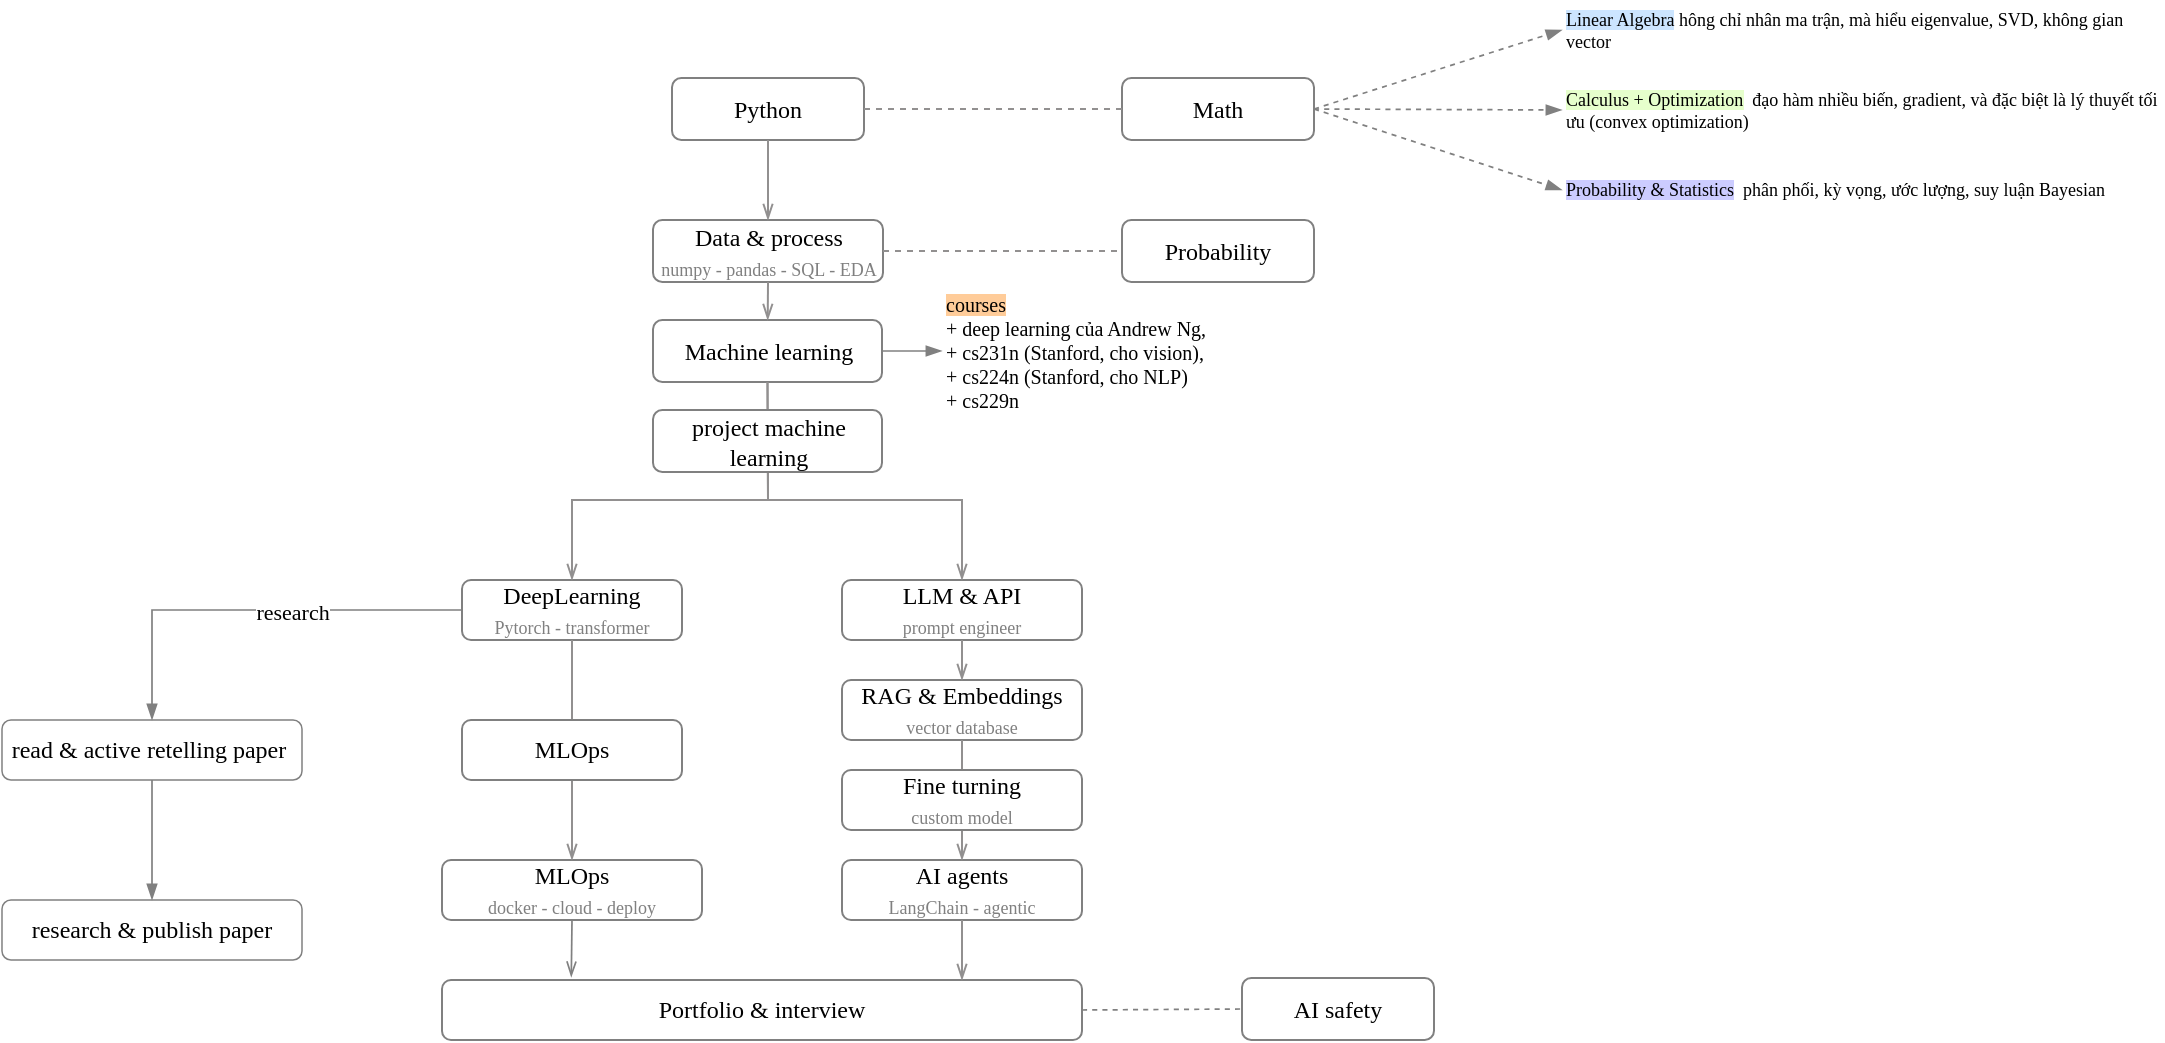
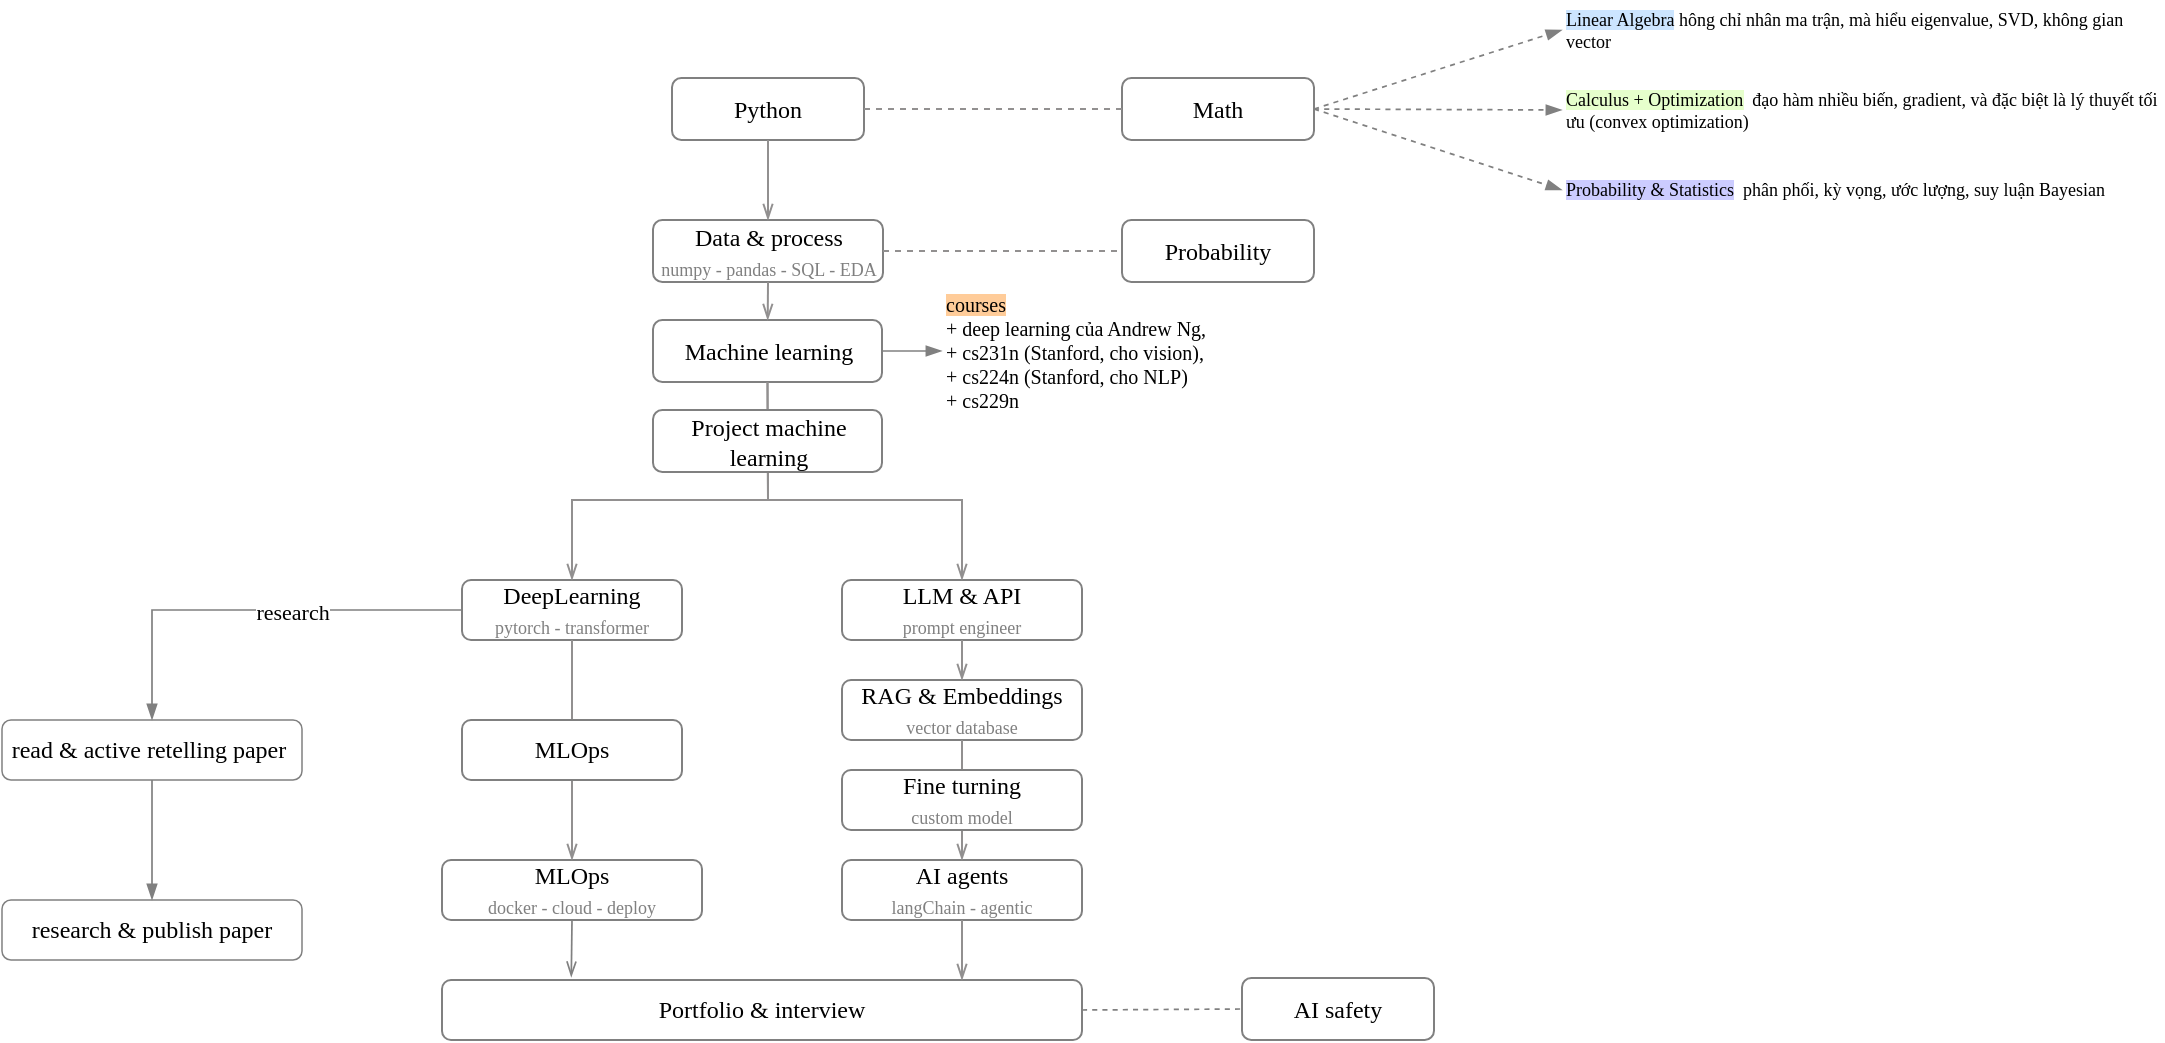
<mxfile host="app.diagrams.net" agent="Mozilla/5.0 (Macintosh; Intel Mac OS X 10_15_7) AppleWebKit/537.36 (KHTML, like Gecko) draw.io/29.3.0 Chrome/140.0.7339.249 Electron/38.7.2 Safari/537.36" pages="4">
  <diagram name="overview" id="cAlCBEzrJN6Ur7Pin5lN">
    <mxGraphModel dx="1976" dy="512" grid="1" gridSize="10" guides="1" tooltips="1" connect="1" arrows="1" fold="1" page="1" pageScale="1" pageWidth="827" pageHeight="1169" math="0" shadow="0">
      <root>
        <mxCell id="0" />
        <mxCell id="1" parent="0" />
        <mxCell id="zTdwEjZ7j_-9_ITJUfBh-1" parent="1" style="rounded=1;whiteSpace=wrap;html=1;fontFamily=Comic Sans MS;strokeColor=#808080;" value="Python" vertex="1">
          <mxGeometry height="31" width="96" x="315" y="489" as="geometry" />
        </mxCell>
        <mxCell id="zTdwEjZ7j_-9_ITJUfBh-2" parent="1" style="rounded=1;whiteSpace=wrap;html=1;fontFamily=Comic Sans MS;strokeColor=#808080;" value="Math" vertex="1">
          <mxGeometry height="31" width="96" x="540" y="489" as="geometry" />
        </mxCell>
        <mxCell id="zTdwEjZ7j_-9_ITJUfBh-4" parent="1" style="rounded=1;whiteSpace=wrap;html=1;fontFamily=Comic Sans MS;strokeColor=#808080;" value="Data &amp;amp; process&lt;div&gt;&lt;font style=&quot;font-size: 9px; color: rgb(128, 128, 128);&quot;&gt;numpy - pandas - SQL - EDA&lt;/font&gt;&lt;/div&gt;" vertex="1">
          <mxGeometry height="31" width="115" x="305.5" y="560" as="geometry" />
        </mxCell>
        <mxCell id="zTdwEjZ7j_-9_ITJUfBh-5" parent="1" style="rounded=1;whiteSpace=wrap;html=1;fontFamily=Comic Sans MS;strokeColor=#808080;" value="Probability" vertex="1">
          <mxGeometry height="31" width="96" x="540" y="560" as="geometry" />
        </mxCell>
        <mxCell id="zTdwEjZ7j_-9_ITJUfBh-6" edge="1" parent="1" source="zTdwEjZ7j_-9_ITJUfBh-4" style="endArrow=none;html=1;rounded=0;endFill=0;strokeColor=light-dark(#929090, #ededed);entryX=0;entryY=0.5;entryDx=0;entryDy=0;exitX=1;exitY=0.5;exitDx=0;exitDy=0;dashed=1;" target="zTdwEjZ7j_-9_ITJUfBh-5" value="">
          <mxGeometry height="50" relative="1" width="50" as="geometry">
            <mxPoint x="350" y="560" as="sourcePoint" />
            <mxPoint x="400" y="510" as="targetPoint" />
          </mxGeometry>
        </mxCell>
        <mxCell id="zTdwEjZ7j_-9_ITJUfBh-7" edge="1" parent="1" source="zTdwEjZ7j_-9_ITJUfBh-1" style="endArrow=none;html=1;rounded=0;endFill=0;strokeColor=light-dark(#929090, #ededed);exitX=1;exitY=0.5;exitDx=0;exitDy=0;entryX=0;entryY=0.5;entryDx=0;entryDy=0;dashed=1;" target="zTdwEjZ7j_-9_ITJUfBh-2" value="">
          <mxGeometry height="50" relative="1" width="50" as="geometry">
            <mxPoint x="350" y="575" as="sourcePoint" />
            <mxPoint x="500" y="525" as="targetPoint" />
          </mxGeometry>
        </mxCell>
        <mxCell id="zTdwEjZ7j_-9_ITJUfBh-8" parent="1" style="rounded=1;whiteSpace=wrap;html=1;fontFamily=Comic Sans MS;strokeColor=#808080;" value="Machine learning" vertex="1">
          <mxGeometry height="31" width="114.5" x="305.5" y="610" as="geometry" />
        </mxCell>
        <mxCell id="zTdwEjZ7j_-9_ITJUfBh-9" edge="1" parent="1" source="zTdwEjZ7j_-9_ITJUfBh-1" style="endArrow=openThin;html=1;rounded=0;endFill=0;strokeColor=light-dark(#929090, #ededed);exitX=0.5;exitY=1;exitDx=0;exitDy=0;" target="zTdwEjZ7j_-9_ITJUfBh-4" value="">
          <mxGeometry height="50" relative="1" width="50" as="geometry">
            <mxPoint x="350" y="560" as="sourcePoint" />
            <mxPoint x="400" y="510" as="targetPoint" />
          </mxGeometry>
        </mxCell>
        <mxCell id="zTdwEjZ7j_-9_ITJUfBh-10" edge="1" parent="1" source="zTdwEjZ7j_-9_ITJUfBh-4" style="endArrow=openThin;html=1;rounded=0;endFill=0;strokeColor=light-dark(#929090, #ededed);exitX=0.5;exitY=1;exitDx=0;exitDy=0;" target="zTdwEjZ7j_-9_ITJUfBh-8" value="">
          <mxGeometry height="50" relative="1" width="50" as="geometry">
            <mxPoint x="350" y="560" as="sourcePoint" />
            <mxPoint x="400" y="510" as="targetPoint" />
          </mxGeometry>
        </mxCell>
-         <mxCell id="zTdwEjZ7j_-9_ITJUfBh-11" parent="1" style="rounded=1;whiteSpace=wrap;html=1;fontFamily=Comic Sans MS;strokeColor=#808080;" value="DeepLearning&lt;br&gt;&lt;font style=&quot;font-size: 9px; color: rgb(128, 128, 128);&quot;&gt;Pytorch - transformer&lt;/font&gt;" vertex="1">
+         <mxCell id="zTdwEjZ7j_-9_ITJUfBh-11" parent="1" style="rounded=1;whiteSpace=wrap;html=1;fontFamily=Comic Sans MS;strokeColor=#808080;" value="DeepLearning&lt;br&gt;&lt;font style=&quot;font-size: 9px; color: rgb(128, 128, 128);&quot;&gt;pytorch - transformer&lt;/font&gt;" vertex="1">
          <mxGeometry height="30" width="110" x="210" y="740" as="geometry" />
        </mxCell>
        <mxCell id="zTdwEjZ7j_-9_ITJUfBh-12" parent="1" style="rounded=1;whiteSpace=wrap;html=1;fontFamily=Comic Sans MS;strokeColor=#808080;" value="LLM &amp;amp; API&lt;br&gt;&lt;font style=&quot;font-size: 9px; color: rgb(128, 128, 128);&quot;&gt;prompt engineer&lt;/font&gt;" vertex="1">
          <mxGeometry height="30" width="120" x="400" y="740" as="geometry" />
        </mxCell>
        <mxCell id="zTdwEjZ7j_-9_ITJUfBh-13" parent="1" style="rounded=1;whiteSpace=wrap;html=1;fontFamily=Comic Sans MS;strokeColor=#808080;" value="RAG &amp;amp; Embeddings&lt;div&gt;&lt;font style=&quot;font-size: 9px; color: rgb(128, 128, 128);&quot;&gt;vector database&lt;/font&gt;&lt;/div&gt;" vertex="1">
          <mxGeometry height="30" width="120" x="400" y="790" as="geometry" />
        </mxCell>
        <mxCell id="zTdwEjZ7j_-9_ITJUfBh-14" parent="1" style="rounded=1;whiteSpace=wrap;html=1;fontFamily=Comic Sans MS;strokeColor=#808080;" value="MLOps&lt;div&gt;&lt;font style=&quot;font-size: 9px; color: rgb(128, 128, 128);&quot;&gt;docker - cloud - deploy&lt;/font&gt;&lt;/div&gt;" vertex="1">
          <mxGeometry height="30" width="130" x="200" y="880" as="geometry" />
        </mxCell>
        <mxCell id="zTdwEjZ7j_-9_ITJUfBh-15" parent="1" style="rounded=1;whiteSpace=wrap;html=1;fontFamily=Comic Sans MS;strokeColor=#808080;" value="Portfolio &amp;amp; interview" vertex="1">
          <mxGeometry height="30" width="320" x="200" y="940" as="geometry" />
        </mxCell>
-         <mxCell id="zTdwEjZ7j_-9_ITJUfBh-16" parent="1" style="rounded=1;whiteSpace=wrap;html=1;fontFamily=Comic Sans MS;strokeColor=#808080;" value="AI agents&lt;br&gt;&lt;font style=&quot;font-size: 9px; color: rgb(128, 128, 128);&quot;&gt;LangChain - agentic&lt;/font&gt;" vertex="1">
+         <mxCell id="zTdwEjZ7j_-9_ITJUfBh-16" parent="1" style="rounded=1;whiteSpace=wrap;html=1;fontFamily=Comic Sans MS;strokeColor=#808080;" value="AI agents&lt;br&gt;&lt;font style=&quot;font-size: 9px; color: rgb(128, 128, 128);&quot;&gt;langChain - agentic&lt;/font&gt;" vertex="1">
          <mxGeometry height="30" width="120" x="400" y="880" as="geometry" />
        </mxCell>
        <mxCell id="zTdwEjZ7j_-9_ITJUfBh-17" edge="1" parent="1" source="zTdwEjZ7j_-9_ITJUfBh-8" style="endArrow=openThin;html=1;rounded=0;endFill=0;strokeColor=light-dark(#929090, #ededed);entryX=0.5;entryY=0;entryDx=0;entryDy=0;exitX=0.5;exitY=1;exitDx=0;exitDy=0;" target="zTdwEjZ7j_-9_ITJUfBh-12" value="">
          <mxGeometry height="50" relative="1" width="50" as="geometry">
            <Array as="points">
              <mxPoint x="363" y="700" />
              <mxPoint x="460" y="700" />
            </Array>
            <mxPoint x="300" y="780" as="sourcePoint" />
            <mxPoint x="350" y="730" as="targetPoint" />
          </mxGeometry>
        </mxCell>
        <mxCell id="zTdwEjZ7j_-9_ITJUfBh-18" edge="1" parent="1" source="zTdwEjZ7j_-9_ITJUfBh-8" style="endArrow=openThin;html=1;rounded=0;endFill=0;strokeColor=light-dark(#929090, #ededed);exitX=0.5;exitY=1;exitDx=0;exitDy=0;entryX=0.5;entryY=0;entryDx=0;entryDy=0;" target="zTdwEjZ7j_-9_ITJUfBh-11" value="">
          <mxGeometry height="50" relative="1" width="50" as="geometry">
            <Array as="points">
              <mxPoint x="363" y="700" />
              <mxPoint x="265" y="700" />
            </Array>
            <mxPoint x="300" y="780" as="sourcePoint" />
            <mxPoint x="350" y="730" as="targetPoint" />
          </mxGeometry>
        </mxCell>
        <mxCell id="zTdwEjZ7j_-9_ITJUfBh-19" edge="1" parent="1" source="zTdwEjZ7j_-9_ITJUfBh-11" style="endArrow=openThin;html=1;rounded=0;endFill=0;strokeColor=light-dark(#929090, #ededed);exitX=0.5;exitY=1;exitDx=0;exitDy=0;" target="zTdwEjZ7j_-9_ITJUfBh-14" value="">
          <mxGeometry height="50" relative="1" width="50" as="geometry">
            <mxPoint x="290" y="800" as="sourcePoint" />
            <mxPoint x="340" y="750" as="targetPoint" />
          </mxGeometry>
        </mxCell>
        <mxCell id="zTdwEjZ7j_-9_ITJUfBh-21" edge="1" parent="1" source="zTdwEjZ7j_-9_ITJUfBh-12" style="endArrow=openThin;html=1;rounded=0;endFill=0;strokeColor=light-dark(#929090, #ededed);exitX=0.5;exitY=1;exitDx=0;exitDy=0;entryX=0.5;entryY=0;entryDx=0;entryDy=0;" target="zTdwEjZ7j_-9_ITJUfBh-13" value="">
          <mxGeometry height="50" relative="1" width="50" as="geometry">
            <mxPoint x="290" y="800" as="sourcePoint" />
            <mxPoint x="340" y="750" as="targetPoint" />
          </mxGeometry>
        </mxCell>
        <mxCell id="zTdwEjZ7j_-9_ITJUfBh-22" edge="1" parent="1" source="zTdwEjZ7j_-9_ITJUfBh-13" style="endArrow=openThin;html=1;rounded=0;endFill=0;strokeColor=light-dark(#929090, #ededed);exitX=0.5;exitY=1;exitDx=0;exitDy=0;entryX=0.5;entryY=0;entryDx=0;entryDy=0;" target="zTdwEjZ7j_-9_ITJUfBh-16" value="">
          <mxGeometry height="50" relative="1" width="50" as="geometry">
            <mxPoint x="290" y="800" as="sourcePoint" />
            <mxPoint x="340" y="750" as="targetPoint" />
          </mxGeometry>
        </mxCell>
        <mxCell id="zTdwEjZ7j_-9_ITJUfBh-23" edge="1" parent="1" source="zTdwEjZ7j_-9_ITJUfBh-16" style="endArrow=openThin;html=1;rounded=0;endFill=0;strokeColor=light-dark(#929090, #ededed);exitX=0.5;exitY=1;exitDx=0;exitDy=0;" value="">
          <mxGeometry height="50" relative="1" width="50" as="geometry">
            <mxPoint x="290" y="800" as="sourcePoint" />
            <mxPoint x="460" y="940" as="targetPoint" />
          </mxGeometry>
        </mxCell>
-         <mxCell id="RL8-EkVr3OvldoPUYXMJ-1" parent="1" style="rounded=1;whiteSpace=wrap;html=1;fontFamily=Comic Sans MS;strokeColor=#808080;" value="project machine learning" vertex="1">
+         <mxCell id="RL8-EkVr3OvldoPUYXMJ-1" parent="1" style="rounded=1;whiteSpace=wrap;html=1;fontFamily=Comic Sans MS;strokeColor=#808080;" value="Project machine learning" vertex="1">
          <mxGeometry height="31" width="114.5" x="305.5" y="655" as="geometry" />
        </mxCell>
        <mxCell id="RL8-EkVr3OvldoPUYXMJ-3" parent="1" style="rounded=1;whiteSpace=wrap;html=1;fontFamily=Comic Sans MS;strokeColor=#808080;" value="MLOps" vertex="1">
          <mxGeometry height="30" width="110" x="210" y="810" as="geometry" />
        </mxCell>
        <mxCell id="RL8-EkVr3OvldoPUYXMJ-4" edge="1" parent="1" source="zTdwEjZ7j_-9_ITJUfBh-14" style="endArrow=openThin;html=1;rounded=0;strokeColor=#808080;endFill=0;strokeWidth=0.85;exitX=0.5;exitY=1;exitDx=0;exitDy=0;entryX=0.202;entryY=-0.05;entryDx=0;entryDy=0;entryPerimeter=0;" target="zTdwEjZ7j_-9_ITJUfBh-15" value="">
          <mxGeometry height="50" relative="1" width="50" as="geometry">
            <mxPoint x="390" y="820" as="sourcePoint" />
            <mxPoint x="440" y="770" as="targetPoint" />
          </mxGeometry>
        </mxCell>
        <mxCell id="RL8-EkVr3OvldoPUYXMJ-5" parent="1" style="rounded=1;whiteSpace=wrap;html=1;fontFamily=Comic Sans MS;strokeColor=#808080;" value="Fine turning&lt;div&gt;&lt;font style=&quot;font-size: 9px; color: rgb(128, 128, 128);&quot;&gt;custom model&lt;/font&gt;&lt;/div&gt;" vertex="1">
          <mxGeometry height="30" width="120" x="400" y="835" as="geometry" />
        </mxCell>
        <mxCell id="RL8-EkVr3OvldoPUYXMJ-6" parent="1" style="rounded=1;whiteSpace=wrap;html=1;fontFamily=Comic Sans MS;strokeColor=#808080;" value="AI safety" vertex="1">
          <mxGeometry height="31" width="96" x="600" y="939" as="geometry" />
        </mxCell>
        <mxCell id="RL8-EkVr3OvldoPUYXMJ-7" edge="1" parent="1" source="zTdwEjZ7j_-9_ITJUfBh-15" style="endArrow=none;html=1;rounded=0;strokeColor=#808080;endFill=0;strokeWidth=0.85;exitX=1;exitY=0.5;exitDx=0;exitDy=0;entryX=0;entryY=0.5;entryDx=0;entryDy=0;dashed=1;" target="RL8-EkVr3OvldoPUYXMJ-6" value="">
          <mxGeometry height="50" relative="1" width="50" as="geometry">
            <mxPoint x="390" y="880" as="sourcePoint" />
            <mxPoint x="440" y="830" as="targetPoint" />
          </mxGeometry>
        </mxCell>
        <mxCell id="RL8-EkVr3OvldoPUYXMJ-9" parent="1" style="text;html=1;whiteSpace=wrap;strokeColor=none;fillColor=none;align=left;verticalAlign=middle;rounded=0;fontFamily=Comic Sans MS;fontSize=9;" value="&lt;span style=&quot;background-color: rgb(204, 229, 255);&quot;&gt;Linear Algebra&lt;/span&gt;&lt;span&gt;&amp;nbsp;hông chỉ nhân ma trận, mà hiểu eigenvalue, SVD, không gian vector&lt;/span&gt;" vertex="1">
          <mxGeometry height="30" width="300" x="760" y="450" as="geometry" />
        </mxCell>
        <mxCell id="RL8-EkVr3OvldoPUYXMJ-10" parent="1" style="text;html=1;whiteSpace=wrap;strokeColor=none;fillColor=none;align=left;verticalAlign=middle;rounded=0;fontFamily=Comic Sans MS;fontSize=9;strokeWidth=2;" value="&lt;span style=&quot;background-color: rgb(230, 255, 204);&quot;&gt;Calculus +&amp;nbsp;Optimization&lt;/span&gt;&lt;span&gt;&amp;nbsp;&amp;nbsp;đạo hàm nhiều biến, gradient, và đặc biệt là lý thuyết tối ưu (convex optimization)&lt;/span&gt;" vertex="1">
          <mxGeometry height="30" width="300" x="760" y="490" as="geometry" />
        </mxCell>
        <mxCell id="RL8-EkVr3OvldoPUYXMJ-11" parent="1" style="text;html=1;whiteSpace=wrap;strokeColor=none;fillColor=none;align=left;verticalAlign=middle;rounded=0;fontFamily=Comic Sans MS;fontSize=9;" value="&lt;span style=&quot;background-color: rgb(204, 204, 255);&quot;&gt;Probability &amp;amp;&amp;nbsp;Statistics&lt;/span&gt;&lt;span&gt;&amp;nbsp;&amp;nbsp;phân phối, kỳ vọng, ước lượng, suy luận Bayesian&lt;/span&gt;" vertex="1">
          <mxGeometry height="30" width="300" x="760" y="530" as="geometry" />
        </mxCell>
        <mxCell id="RL8-EkVr3OvldoPUYXMJ-12" edge="1" parent="1" source="zTdwEjZ7j_-9_ITJUfBh-2" style="endArrow=blockThin;html=1;rounded=0;strokeColor=#808080;endFill=1;strokeWidth=0.85;entryX=0;entryY=0.5;entryDx=0;entryDy=0;exitX=1;exitY=0.5;exitDx=0;exitDy=0;dashed=1;" target="RL8-EkVr3OvldoPUYXMJ-9" value="">
          <mxGeometry height="50" relative="1" width="50" as="geometry">
            <mxPoint x="560" y="500" as="sourcePoint" />
            <mxPoint x="610" y="450" as="targetPoint" />
          </mxGeometry>
        </mxCell>
        <mxCell id="RL8-EkVr3OvldoPUYXMJ-13" edge="1" parent="1" source="zTdwEjZ7j_-9_ITJUfBh-2" style="endArrow=blockThin;html=1;rounded=0;strokeColor=#808080;endFill=1;strokeWidth=0.85;entryX=0;entryY=0.5;entryDx=0;entryDy=0;exitX=1;exitY=0.5;exitDx=0;exitDy=0;dashed=1;" target="RL8-EkVr3OvldoPUYXMJ-10" value="">
          <mxGeometry height="50" relative="1" width="50" as="geometry">
            <mxPoint x="560" y="500" as="sourcePoint" />
            <mxPoint x="610" y="450" as="targetPoint" />
          </mxGeometry>
        </mxCell>
        <mxCell id="RL8-EkVr3OvldoPUYXMJ-14" edge="1" parent="1" source="zTdwEjZ7j_-9_ITJUfBh-2" style="endArrow=blockThin;html=1;rounded=0;strokeColor=#808080;endFill=1;strokeWidth=0.85;exitX=1;exitY=0.5;exitDx=0;exitDy=0;entryX=0;entryY=0.5;entryDx=0;entryDy=0;dashed=1;" target="RL8-EkVr3OvldoPUYXMJ-11" value="">
          <mxGeometry height="50" relative="1" width="50" as="geometry">
            <mxPoint x="560" y="500" as="sourcePoint" />
            <mxPoint x="610" y="450" as="targetPoint" />
          </mxGeometry>
        </mxCell>
        <mxCell id="RL8-EkVr3OvldoPUYXMJ-15" parent="1" style="text;html=1;whiteSpace=wrap;strokeColor=none;fillColor=none;align=left;verticalAlign=middle;rounded=0;fontFamily=Comic Sans MS;fontSize=10;" value="&lt;div&gt;&lt;span style=&quot;background-color: rgb(255, 204, 153);&quot;&gt;courses&lt;/span&gt;&lt;/div&gt;+ deep learning của Andrew Ng,&amp;nbsp;&lt;div&gt;+ cs231n (Stanford, cho vision),&amp;nbsp;&lt;/div&gt;&lt;div&gt;+ cs224n (Stanford, cho NLP)&lt;br&gt;+ cs229n&lt;/div&gt;" vertex="1">
          <mxGeometry height="60" width="170" x="450" y="595.5" as="geometry" />
        </mxCell>
        <mxCell id="RL8-EkVr3OvldoPUYXMJ-16" parent="1" style="rounded=1;whiteSpace=wrap;html=1;strokeColor=#808080;fontFamily=Comic Sans MS;strokeWidth=0.75;" value="read &amp;amp;&amp;nbsp;active retelling paper&amp;nbsp;" vertex="1">
          <mxGeometry height="30" width="150" x="-20" y="810" as="geometry" />
        </mxCell>
        <mxCell id="RL8-EkVr3OvldoPUYXMJ-17" edge="1" parent="1" source="zTdwEjZ7j_-9_ITJUfBh-8" style="endArrow=blockThin;html=1;rounded=0;strokeColor=#808080;endFill=1;strokeWidth=0.85;exitX=1;exitY=0.5;exitDx=0;exitDy=0;entryX=0;entryY=0.5;entryDx=0;entryDy=0;" target="RL8-EkVr3OvldoPUYXMJ-15" value="">
          <mxGeometry height="50" relative="1" width="50" as="geometry">
            <mxPoint x="280" y="480" as="sourcePoint" />
            <mxPoint x="330" y="430" as="targetPoint" />
          </mxGeometry>
        </mxCell>
        <mxCell id="RL8-EkVr3OvldoPUYXMJ-18" edge="1" parent="1" source="zTdwEjZ7j_-9_ITJUfBh-11" style="endArrow=blockThin;html=1;rounded=0;strokeColor=#808080;endFill=1;strokeWidth=0.85;exitX=0;exitY=0.5;exitDx=0;exitDy=0;entryX=0.5;entryY=0;entryDx=0;entryDy=0;" target="RL8-EkVr3OvldoPUYXMJ-16" value="">
          <mxGeometry height="50" relative="1" width="50" as="geometry">
            <Array as="points">
              <mxPoint x="55" y="755" />
            </Array>
            <mxPoint x="280" y="850" as="sourcePoint" />
            <mxPoint x="330" y="800" as="targetPoint" />
          </mxGeometry>
        </mxCell>
        <mxCell id="RL8-EkVr3OvldoPUYXMJ-19" connectable="0" parent="RL8-EkVr3OvldoPUYXMJ-18" style="edgeLabel;html=1;align=center;verticalAlign=middle;resizable=0;points=[];fontFamily=Comic Sans MS;" value="research" vertex="1">
          <mxGeometry relative="1" x="-0.1925" y="1" as="geometry">
            <mxPoint as="offset" />
          </mxGeometry>
        </mxCell>
        <mxCell id="RL8-EkVr3OvldoPUYXMJ-20" parent="1" style="rounded=1;whiteSpace=wrap;html=1;strokeColor=#808080;fontFamily=Comic Sans MS;strokeWidth=0.75;" value="research &amp;amp; publish paper" vertex="1">
          <mxGeometry height="30" width="150" x="-20" y="900" as="geometry" />
        </mxCell>
        <mxCell id="RL8-EkVr3OvldoPUYXMJ-21" edge="1" parent="1" source="RL8-EkVr3OvldoPUYXMJ-16" style="endArrow=blockThin;html=1;rounded=0;strokeColor=#808080;endFill=1;strokeWidth=0.85;exitX=0.5;exitY=1;exitDx=0;exitDy=0;entryX=0.5;entryY=0;entryDx=0;entryDy=0;" target="RL8-EkVr3OvldoPUYXMJ-20" value="">
          <mxGeometry height="50" relative="1" width="50" as="geometry">
            <mxPoint x="300" y="910" as="sourcePoint" />
            <mxPoint x="350" y="860" as="targetPoint" />
          </mxGeometry>
        </mxCell>
      </root>
    </mxGraphModel>
  </diagram>
  <diagram id="UOBW3iFDmhUj1Tzh1QrL" name="python">
    <mxGraphModel dx="1725" dy="984" grid="1" gridSize="10" guides="1" tooltips="1" connect="1" arrows="1" fold="1" page="1" pageScale="1" pageWidth="827" pageHeight="1169" math="0" shadow="0">
      <root>
        <mxCell id="0" />
        <mxCell id="1" parent="0" />
      </root>
    </mxGraphModel>
  </diagram>
  <diagram id="m8GAUy3Aqo1FDhopTY1m" name="math">
    <mxGraphModel dx="1725" dy="984" grid="1" gridSize="10" guides="1" tooltips="1" connect="1" arrows="1" fold="1" page="1" pageScale="1" pageWidth="827" pageHeight="1169" math="0" shadow="0">
      <root>
        <mxCell id="0" />
        <mxCell id="1" parent="0" />
      </root>
    </mxGraphModel>
  </diagram>
  <diagram id="iIlrw0R1UCY4nR05RIuw" name="agent">
    <mxGraphModel dx="2265" dy="820" grid="1" gridSize="10" guides="1" tooltips="1" connect="1" arrows="1" fold="1" page="1" pageScale="1" pageWidth="827" pageHeight="1169" math="0" shadow="0">
      <root>
        <mxCell id="0" />
        <mxCell id="1" parent="0" />
        <mxCell id="3Uv-7dnaONPzhC1kDc2I-1" parent="1" style="text;html=1;whiteSpace=wrap;strokeColor=none;fillColor=none;align=center;verticalAlign=middle;rounded=0;" value="&lt;font face=&quot;Comic Sans MS&quot;&gt;working flow&amp;nbsp;&lt;/font&gt;" vertex="1">
          <mxGeometry height="30" width="110" x="600" y="480" as="geometry" />
        </mxCell>
        <mxCell id="3Uv-7dnaONPzhC1kDc2I-3" parent="1" style="text;html=1;whiteSpace=wrap;strokeColor=none;fillColor=none;align=center;verticalAlign=middle;rounded=0;" value="&lt;font face=&quot;Comic Sans MS&quot;&gt;prompt chaining&amp;nbsp;&lt;/font&gt;" vertex="1">
          <mxGeometry height="30" width="110" x="820" y="230" as="geometry" />
        </mxCell>
        <mxCell id="3Uv-7dnaONPzhC1kDc2I-4" edge="1" parent="1" source="3Uv-7dnaONPzhC1kDc2I-1" style="endArrow=openThin;html=1;rounded=0;endFill=0;strokeColor=light-dark(#929090, #ededed);exitX=1;exitY=0.5;exitDx=0;exitDy=0;entryX=0;entryY=0.5;entryDx=0;entryDy=0;" target="3Uv-7dnaONPzhC1kDc2I-3" value="">
          <mxGeometry height="50" relative="1" width="50" as="geometry">
            <mxPoint x="790" y="370" as="sourcePoint" />
            <mxPoint x="840" y="320" as="targetPoint" />
          </mxGeometry>
        </mxCell>
        <mxCell id="3Uv-7dnaONPzhC1kDc2I-5" parent="1" style="text;html=1;whiteSpace=wrap;strokeColor=none;fillColor=none;align=center;verticalAlign=middle;rounded=0;" value="&lt;font face=&quot;Comic Sans MS&quot;&gt;routing&lt;/font&gt;" vertex="1">
          <mxGeometry height="30" width="80" x="820" y="350" as="geometry" />
        </mxCell>
        <mxCell id="3Uv-7dnaONPzhC1kDc2I-6" parent="1" style="text;html=1;whiteSpace=wrap;strokeColor=none;fillColor=none;align=center;verticalAlign=middle;rounded=0;" value="&lt;font face=&quot;Comic Sans MS&quot;&gt;Evaluator - Optimizer / Reflection&lt;/font&gt;" vertex="1">
          <mxGeometry height="30" width="220" x="820" y="480" as="geometry" />
        </mxCell>
        <mxCell id="3Uv-7dnaONPzhC1kDc2I-7" edge="1" parent="1" source="3Uv-7dnaONPzhC1kDc2I-1" style="endArrow=openThin;html=1;rounded=0;endFill=0;strokeColor=light-dark(#929090, #ededed);exitX=1;exitY=0.5;exitDx=0;exitDy=0;entryX=0;entryY=0.5;entryDx=0;entryDy=0;" target="3Uv-7dnaONPzhC1kDc2I-5" value="">
          <mxGeometry height="50" relative="1" width="50" as="geometry">
            <mxPoint x="790" y="440" as="sourcePoint" />
            <mxPoint x="840" y="390" as="targetPoint" />
          </mxGeometry>
        </mxCell>
        <mxCell id="3Uv-7dnaONPzhC1kDc2I-8" edge="1" parent="1" source="3Uv-7dnaONPzhC1kDc2I-1" style="endArrow=openThin;html=1;rounded=0;endFill=0;strokeColor=light-dark(#929090, #ededed);exitX=1;exitY=0.5;exitDx=0;exitDy=0;" target="3Uv-7dnaONPzhC1kDc2I-6" value="">
          <mxGeometry height="50" relative="1" width="50" as="geometry">
            <mxPoint x="790" y="440" as="sourcePoint" />
            <mxPoint x="840" y="390" as="targetPoint" />
          </mxGeometry>
        </mxCell>
        <mxCell id="3Uv-7dnaONPzhC1kDc2I-9" parent="1" style="text;html=1;whiteSpace=wrap;strokeColor=none;fillColor=none;align=center;verticalAlign=middle;rounded=0;" value="&lt;font face=&quot;Comic Sans MS&quot;&gt;Orchestrator - Workers&lt;/font&gt;" vertex="1">
          <mxGeometry height="30" width="150" x="820" y="590" as="geometry" />
        </mxCell>
        <mxCell id="3Uv-7dnaONPzhC1kDc2I-10" edge="1" parent="1" source="3Uv-7dnaONPzhC1kDc2I-1" style="endArrow=openThin;html=1;rounded=0;endFill=0;strokeColor=light-dark(#929090, #ededed);entryX=0;entryY=0.5;entryDx=0;entryDy=0;exitX=1;exitY=0.5;exitDx=0;exitDy=0;" target="3Uv-7dnaONPzhC1kDc2I-9" value="">
          <mxGeometry height="50" relative="1" width="50" as="geometry">
            <mxPoint x="790" y="610" as="sourcePoint" />
            <mxPoint x="840" y="560" as="targetPoint" />
          </mxGeometry>
        </mxCell>
        <mxCell id="3Uv-7dnaONPzhC1kDc2I-11" parent="1" style="text;html=1;whiteSpace=wrap;strokeColor=none;fillColor=none;align=center;verticalAlign=middle;rounded=0;" value="&lt;font face=&quot;Comic Sans MS&quot;&gt;RAG - Retrieval-Augmented Generation&lt;/font&gt;" vertex="1">
          <mxGeometry height="30" width="240" x="820" y="710" as="geometry" />
        </mxCell>
        <mxCell id="3Uv-7dnaONPzhC1kDc2I-12" edge="1" parent="1" source="3Uv-7dnaONPzhC1kDc2I-1" style="endArrow=openThin;html=1;rounded=0;endFill=0;strokeColor=light-dark(#929090, #ededed);entryX=0;entryY=0.5;entryDx=0;entryDy=0;exitX=1;exitY=0.5;exitDx=0;exitDy=0;" target="3Uv-7dnaONPzhC1kDc2I-11" value="">
          <mxGeometry height="50" relative="1" width="50" as="geometry">
            <mxPoint x="790" y="490" as="sourcePoint" />
            <mxPoint x="840" y="440" as="targetPoint" />
          </mxGeometry>
        </mxCell>
        <mxCell id="3Uv-7dnaONPzhC1kDc2I-13" parent="1" style="rounded=1;whiteSpace=wrap;html=1;fontFamily=Comic Sans MS;strokeColor=#808080;" value="LLM" vertex="1">
          <mxGeometry height="30" width="80" x="-160" y="520" as="geometry" />
        </mxCell>
        <mxCell id="3Uv-7dnaONPzhC1kDc2I-14" parent="1" style="rounded=1;whiteSpace=wrap;html=1;fontFamily=Comic Sans MS;strokeColor=#808080;" value="Planning" vertex="1">
          <mxGeometry height="30" width="90" x="-10" y="680" as="geometry" />
        </mxCell>
        <mxCell id="3Uv-7dnaONPzhC1kDc2I-15" parent="1" style="rounded=1;whiteSpace=wrap;html=1;fontFamily=Comic Sans MS;strokeColor=#808080;" value="Memory" vertex="1">
          <mxGeometry height="30" width="80" x="240" y="560" as="geometry" />
        </mxCell>
        <mxCell id="3Uv-7dnaONPzhC1kDc2I-16" parent="1" style="rounded=1;whiteSpace=wrap;html=1;fontFamily=Comic Sans MS;strokeColor=#808080;" value="Tools/Actions" vertex="1">
          <mxGeometry height="30" width="90" x="70" y="400" as="geometry" />
        </mxCell>
      </root>
    </mxGraphModel>
  </diagram>
</mxfile>
